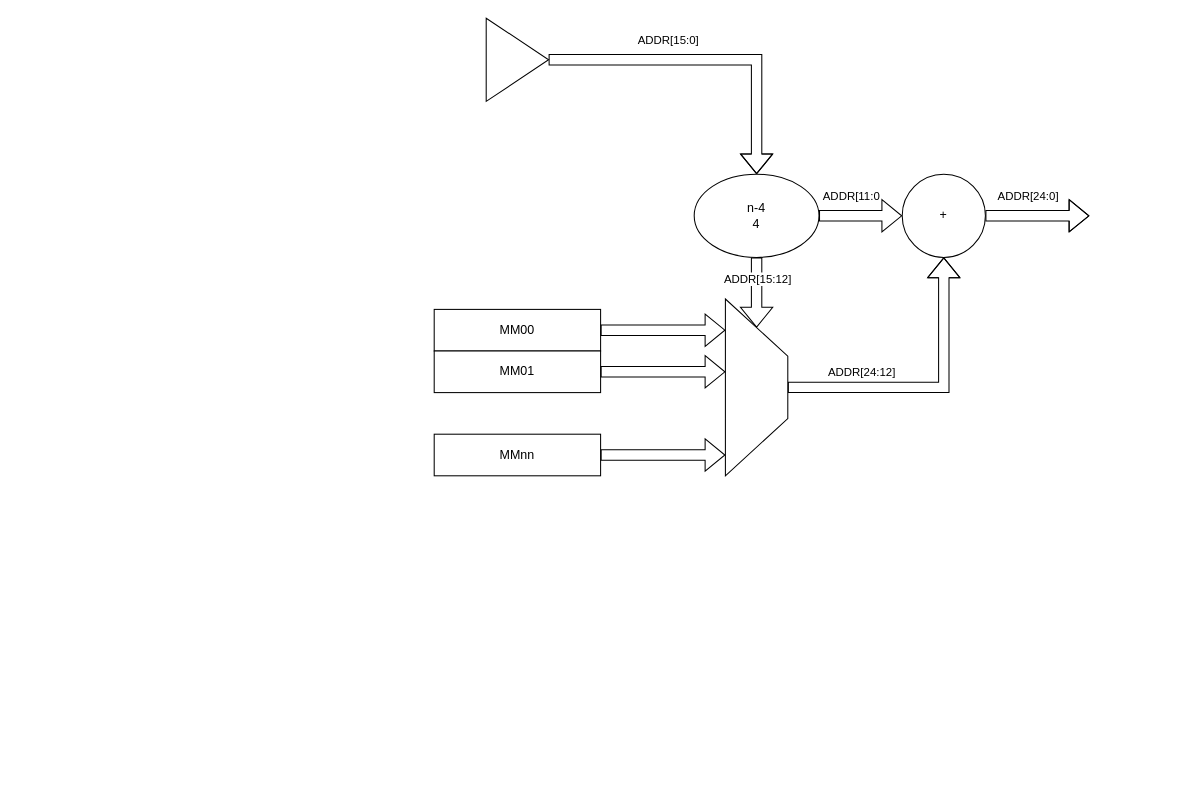
Above: doc/memory_mapper.drawio in bman12three4/super6502 (draw.io), before the change. Source tidied: cells renumbered, new cells numbered last; positions are measured from the earlier drawing's top-left corner, leaving out a move shared by most shapes. Both pictures are drawn from the tidied source at 104%, with x=0, y=0 at pixel (434, 18).
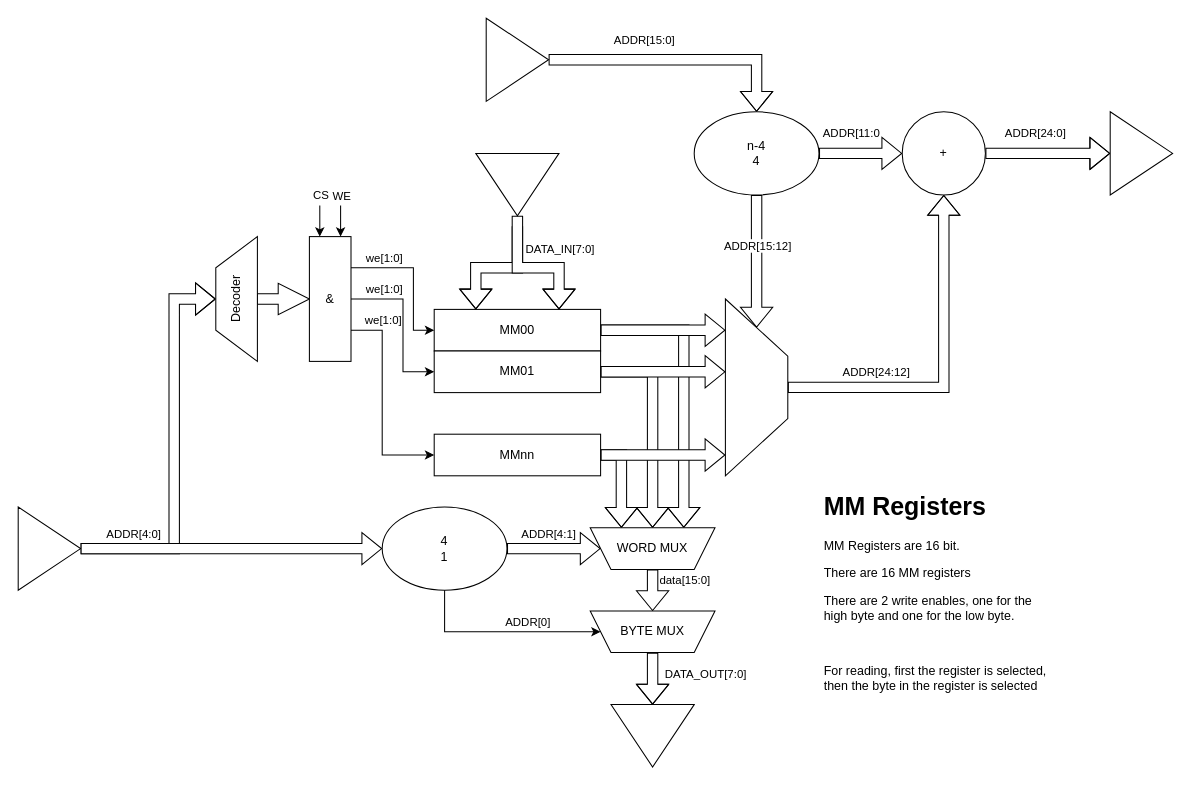
The same page after the edit.

Commit message:
Finish block diagram

The change refers to these unchanged cells:
```xml
<mxCell id="2" value="MM00" style="rounded=0;whiteSpace=wrap;html=1;" parent="1" vertex="1">
  <mxGeometry y="280" width="160" height="40" as="geometry" />
</mxCell>
<mxCell id="3" value="MM01" style="rounded=0;whiteSpace=wrap;html=1;" parent="1" vertex="1">
  <mxGeometry y="320" width="160" height="40" as="geometry" />
</mxCell>
<mxCell id="4" value="MMnn" style="rounded=0;whiteSpace=wrap;html=1;" parent="1" vertex="1">
  <mxGeometry y="400" width="160" height="40" as="geometry" />
</mxCell>
```

Diff of the diagram source:
```diff
@@
+    <mxCell id="22" style="edgeStyle=orthogonalEdgeStyle;rounded=0;jettySize=auto;html=1;exitX=1;exitY=0.5;exitDx=0;exitDy=0;entryX=0.25;entryY=1;entryDx=0;entryDy=0;shape=flexArrow;fillColor=none;" parent="1" edge="1" source="2" target="42">
+      <mxGeometry relative="1" as="geometry" />
+    </mxCell>
@@
+    <mxCell id="23" style="edgeStyle=orthogonalEdgeStyle;rounded=0;jettySize=auto;html=1;entryX=0.5;entryY=1;entryDx=0;entryDy=0;shape=flexArrow;" parent="1" edge="1" source="3" target="42">
+      <mxGeometry relative="1" as="geometry">
+        <Array as="points">
+          <mxPoint x="210" y="340" />
+        </Array>
+      </mxGeometry>
+    </mxCell>
@@
+    <mxCell id="24" style="edgeStyle=orthogonalEdgeStyle;rounded=0;jettySize=auto;html=1;entryX=0.75;entryY=1;entryDx=0;entryDy=0;shape=flexArrow;" parent="1" edge="1" source="4" target="42">
+      <mxGeometry relative="1" as="geometry">
+        <Array as="points">
+          <mxPoint x="180" y="420" />
+        </Array>
+      </mxGeometry>
+    </mxCell>
@@
+    <mxCell id="25" style="edgeStyle=orthogonalEdgeStyle;rounded=0;jettySize=auto;html=1;entryX=0.5;entryY=0;entryDx=0;entryDy=0;shape=flexArrow;exitX=1;exitY=0.5;exitDx=0;exitDy=0;" parent="1" edge="1" source="48" target="28">
+      <mxGeometry relative="1" as="geometry">
+        <Array as="points">
+          <mxPoint x="-250" y="510" />
+          <mxPoint x="-250" y="270" />
+        </Array>
+      </mxGeometry>
+    </mxCell>
     <mxCell id="12" value="n-4&lt;br&gt;4" style="ellipse;whiteSpace=wrap;html=1;" parent="1" vertex="1">
-      <mxGeometry x="250" y="150" width="120" height="80" as="geometry" />
+      <mxGeometry x="250" y="90" width="120" height="80" as="geometry" />
     </mxCell>
-    <mxCell id="13" style="shape=flexArrow;endArrow=classic;html=1;rounded=0;exitX=1;exitY=0.5;exitDx=0;exitDy=0;" parent="1" edge="1" source="2">
+    <mxCell id="13" style="shape=flexArrow;endArrow=classic;html=1;rounded=0;exitX=1;exitY=0.5;exitDx=0;exitDy=0;fillColor=default;" parent="1" edge="1" source="2">
       <mxGeometry relative="1" as="geometry">
         <mxPoint x="280" y="300" as="targetPoint" />
       </mxGeometry>
     </mxCell>
-    <mxCell id="14" style="shape=flexArrow;endArrow=classic;html=1;rounded=0;exitX=1;exitY=0.5;exitDx=0;exitDy=0;" parent="1" edge="1" source="3">
+    <mxCell id="14" style="shape=flexArrow;endArrow=classic;html=1;rounded=0;exitX=1;exitY=0.5;exitDx=0;exitDy=0;fillColor=default;" parent="1" edge="1" source="3">
       <mxGeometry relative="1" as="geometry">
         <mxPoint x="280" y="340" as="targetPoint" />
       </mxGeometry>
     </mxCell>
-    <mxCell id="15" style="shape=flexArrow;endArrow=classic;html=1;rounded=0;exitX=1;exitY=0.5;exitDx=0;exitDy=0;" parent="1" edge="1" source="4">
+    <mxCell id="15" style="shape=flexArrow;endArrow=classic;html=1;rounded=0;exitX=1;exitY=0.5;exitDx=0;exitDy=0;fillColor=default;" parent="1" edge="1" source="4">
       <mxGeometry relative="1" as="geometry">
         <mxPoint x="280" y="420" as="targetPoint" />
       </mxGeometry>
     </mxCell>
@@
     <mxCell id="19" style="edgeStyle=orthogonalEdgeStyle;rounded=0;jettySize=auto;html=1;shape=flexArrow;" parent="1" edge="1" source="21">
       <mxGeometry relative="1" as="geometry">
-        <mxPoint x="630" y="190" as="targetPoint" />
+        <mxPoint x="650" y="130" as="targetPoint" />
       </mxGeometry>
     </mxCell>
@@
     <mxCell id="21" value="+" style="ellipse;whiteSpace=wrap;html=1;" parent="1" vertex="1">
-      <mxGeometry x="450" y="150" width="80" height="80" as="geometry" />
+      <mxGeometry x="450" y="90" width="80" height="80" as="geometry" />
     </mxCell>
+    <mxCell id="26" style="shape=flexArrow;endArrow=classic;html=1;rounded=0;entryX=0.25;entryY=0;entryDx=0;entryDy=0;" parent="1" edge="1" target="2">
+      <mxGeometry relative="1" as="geometry">
+        <mxPoint x="80" y="200" as="sourcePoint" />
+        <Array as="points">
+          <mxPoint x="80" y="240" />
+          <mxPoint x="40" y="240" />
+        </Array>
+      </mxGeometry>
+    </mxCell>
+    <mxCell id="27" style="edgeStyle=orthogonalEdgeStyle;rounded=0;jettySize=auto;html=1;entryX=0;entryY=0.5;entryDx=0;entryDy=0;shape=arrow;" parent="1" edge="1" source="28" target="35">
+      <mxGeometry relative="1" as="geometry" />
+    </mxCell>
+    <mxCell id="28" value="Decoder" style="shape=trapezoid;perimeter=trapezoidPerimeter;whiteSpace=wrap;html=1;fixedSize=1;rotation=-90;size=30;" parent="1" vertex="1">
+      <mxGeometry x="-250" y="250" width="120" height="40" as="geometry" />
+    </mxCell>
+    <mxCell id="29" style="edgeStyle=orthogonalEdgeStyle;rounded=0;jettySize=auto;html=1;exitX=1;exitY=0.25;exitDx=0;exitDy=0;entryX=0;entryY=0.5;entryDx=0;entryDy=0;" parent="1" edge="1" source="35" target="2">
+      <mxGeometry relative="1" as="geometry">
+        <Array as="points">
+          <mxPoint x="-20" y="240" />
+          <mxPoint x="-20" y="300" />
+        </Array>
+      </mxGeometry>
+    </mxCell>
+    <mxCell id="30" value="we[1:0]" style="edgeLabel;html=1;align=center;verticalAlign=middle;" parent="29" vertex="1">
+      <mxGeometry x="-0.32" relative="1" as="geometry">
+        <mxPoint x="-17" y="-10" as="offset" />
+      </mxGeometry>
+    </mxCell>
+    <mxCell id="31" style="edgeStyle=orthogonalEdgeStyle;rounded=0;jettySize=auto;html=1;exitX=1;exitY=0.5;exitDx=0;exitDy=0;entryX=0;entryY=0.5;entryDx=0;entryDy=0;" parent="1" edge="1" source="35" target="3">
+      <mxGeometry relative="1" as="geometry">
+        <Array as="points">
+          <mxPoint x="-30" y="270" />
+          <mxPoint x="-30" y="340" />
+        </Array>
+      </mxGeometry>
+    </mxCell>
+    <mxCell id="32" value="we[1:0]" style="edgeLabel;html=1;align=center;verticalAlign=middle;" parent="31" vertex="1">
+      <mxGeometry x="-0.7" relative="1" as="geometry">
+        <mxPoint x="8" y="-10" as="offset" />
+      </mxGeometry>
+    </mxCell>
+    <mxCell id="33" style="edgeStyle=orthogonalEdgeStyle;rounded=0;jettySize=auto;html=1;exitX=1;exitY=0.75;exitDx=0;exitDy=0;entryX=0;entryY=0.5;entryDx=0;entryDy=0;" parent="1" edge="1" source="35" target="4">
+      <mxGeometry relative="1" as="geometry">
+        <Array as="points">
+          <mxPoint x="-50" y="300" />
+          <mxPoint x="-50" y="420" />
+        </Array>
+      </mxGeometry>
+    </mxCell>
+    <mxCell id="34" value="we[1:0]" style="edgeLabel;html=1;align=center;verticalAlign=middle;" parent="33" vertex="1">
+      <mxGeometry x="-0.79" y="1" relative="1" as="geometry">
+        <mxPoint x="9" y="-9" as="offset" />
+      </mxGeometry>
+    </mxCell>
+    <mxCell id="35" value="&amp;amp;" style="rounded=0;whiteSpace=wrap;html=1;" parent="1" vertex="1">
+      <mxGeometry x="-120" y="210" width="40" height="120" as="geometry" />
+    </mxCell>
+    <mxCell id="36" style="endArrow=classic;html=1;rounded=0;entryX=0.25;entryY=0;entryDx=0;entryDy=0;" parent="1" edge="1" target="35">
+      <mxGeometry relative="1" as="geometry">
+        <mxPoint x="-110" y="180" as="sourcePoint" />
+      </mxGeometry>
+    </mxCell>
+    <mxCell id="37" value="CS" style="edgeLabel;html=1;align=center;verticalAlign=middle;" parent="36" vertex="1">
+      <mxGeometry x="-0.77" relative="1" as="geometry">
+        <mxPoint y="-14" as="offset" />
+      </mxGeometry>
+    </mxCell>
+    <mxCell id="38" style="endArrow=classic;html=1;rounded=0;entryX=0.75;entryY=0;entryDx=0;entryDy=0;" parent="1" edge="1" target="35">
+      <mxGeometry relative="1" as="geometry">
+        <mxPoint x="-90" y="180" as="sourcePoint" />
+      </mxGeometry>
+    </mxCell>
+    <mxCell id="39" value="WE" style="edgeLabel;html=1;align=center;verticalAlign=middle;" parent="38" vertex="1">
+      <mxGeometry x="-0.71" relative="1" as="geometry">
+        <mxPoint y="-14" as="offset" />
+      </mxGeometry>
+    </mxCell>
+    <mxCell id="40" style="edgeStyle=orthogonalEdgeStyle;rounded=0;jettySize=auto;html=1;shape=flexArrow;" parent="1" edge="1" source="42" target="45">
+      <mxGeometry relative="1" as="geometry" />
+    </mxCell>
+    <mxCell id="41" value="data[15:0]" style="edgeLabel;html=1;align=center;verticalAlign=middle;labelBackgroundColor=none;" parent="40" vertex="1">
+      <mxGeometry x="-0.26" y="-1" relative="1" as="geometry">
+        <mxPoint x="31" y="-5" as="offset" />
+      </mxGeometry>
+    </mxCell>
+    <mxCell id="42" style="shape=trapezoid;perimeter=trapezoidPerimeter;fixedSize=1;size=20;rotation=-180;html=1;whiteSpace=wrap;horizontal=1;" parent="1" vertex="1">
+      <mxGeometry x="150" y="490" width="120" height="40" as="geometry" />
+    </mxCell>
+    <mxCell id="43" style="edgeStyle=orthogonalEdgeStyle;rounded=0;jettySize=auto;html=1;exitX=0.5;exitY=0;exitDx=0;exitDy=0;shape=flexArrow;" parent="1" edge="1" source="45">
+      <mxGeometry relative="1" as="geometry">
+        <mxPoint x="210" y="660" as="targetPoint" />
+      </mxGeometry>
+    </mxCell>
+    <mxCell id="44" value="DATA_OUT[7:0]" style="edgeLabel;html=1;align=center;verticalAlign=middle;" parent="43" vertex="1">
+      <mxGeometry x="0.33" y="-2" relative="1" as="geometry">
+        <mxPoint x="52" y="-13" as="offset" />
+      </mxGeometry>
+    </mxCell>
+    <mxCell id="45" style="shape=trapezoid;perimeter=trapezoidPerimeter;whiteSpace=wrap;html=1;fixedSize=1;size=20;rotation=-180;" parent="1" vertex="1">
+      <mxGeometry x="150" y="570" width="120" height="40" as="geometry" />
+    </mxCell>
+    <mxCell id="46" style="edgeStyle=orthogonalEdgeStyle;rounded=0;jettySize=auto;html=1;entryX=1;entryY=0.5;entryDx=0;entryDy=0;exitX=1;exitY=0.5;exitDx=0;exitDy=0;" parent="1" edge="1" source="55" target="45">
+      <mxGeometry relative="1" as="geometry">
+        <Array as="points">
+          <mxPoint x="10" y="510" />
+          <mxPoint x="10" y="590" />
+        </Array>
+      </mxGeometry>
+    </mxCell>
+    <mxCell id="47" value="ADDR[0]" style="edgeLabel;html=1;align=center;verticalAlign=middle;" parent="46" vertex="1">
+      <mxGeometry x="0.49" relative="1" as="geometry">
+        <mxPoint x="3" y="-10" as="offset" />
+      </mxGeometry>
+    </mxCell>
+    <mxCell id="48" style="triangle;whiteSpace=wrap;html=1;" parent="1" vertex="1">
+      <mxGeometry x="-400" y="470" width="60" height="80" as="geometry" />
+    </mxCell>
+    <mxCell id="49" style="edgeStyle=orthogonalEdgeStyle;rounded=0;jettySize=auto;html=1;shape=flexArrow;fillColor=default;entryX=0;entryY=0.5;entryDx=0;entryDy=0;" parent="1" edge="1" source="48" target="55">
+      <mxGeometry relative="1" as="geometry" />
+    </mxCell>
+    <mxCell id="50" value="ADDR[4:0]" style="edgeLabel;html=1;align=center;verticalAlign=middle;labelBackgroundColor=none;" parent="49" vertex="1">
+      <mxGeometry x="0.14" relative="1" as="geometry">
+        <mxPoint x="-115" y="-15" as="offset" />
+      </mxGeometry>
+    </mxCell>
+    <mxCell id="51" value="WORD MUX" style="text;html=1;strokeColor=none;fillColor=none;align=center;verticalAlign=middle;whiteSpace=wrap;rounded=0;" parent="1" vertex="1">
+      <mxGeometry x="170" y="495" width="80" height="30" as="geometry" />
+    </mxCell>
+    <mxCell id="52" value="BYTE MUX" style="text;html=1;strokeColor=none;fillColor=none;align=center;verticalAlign=middle;whiteSpace=wrap;rounded=0;" parent="1" vertex="1">
+      <mxGeometry x="170" y="575" width="80" height="30" as="geometry" />
+    </mxCell>
+    <mxCell id="53" style="shape=flexArrow;endArrow=classic;html=1;rounded=0;entryX=0.75;entryY=0;entryDx=0;entryDy=0;fillColor=default;" parent="1" edge="1" target="2">
+      <mxGeometry relative="1" as="geometry">
+        <mxPoint x="80" y="190" as="sourcePoint" />
+        <Array as="points">
+          <mxPoint x="80" y="240" />
+          <mxPoint x="120" y="240" />
+        </Array>
+      </mxGeometry>
+    </mxCell>
+    <mxCell id="54" value="DATA_IN[7:0]" style="edgeLabel;html=1;align=center;verticalAlign=middle;" parent="53" vertex="1">
+      <mxGeometry x="-0.5" y="-1" relative="1" as="geometry">
+        <mxPoint x="41" y="-2" as="offset" />
+      </mxGeometry>
+    </mxCell>
+    <mxCell id="55" value="4&lt;br&gt;1" style="ellipse;whiteSpace=wrap;html=1;" parent="1" vertex="1">
+      <mxGeometry x="-50" y="470" width="120" height="80" as="geometry" />
+    </mxCell>
+    <mxCell id="56" style="edgeStyle=orthogonalEdgeStyle;rounded=0;jettySize=auto;html=1;entryX=1;entryY=0.5;entryDx=0;entryDy=0;shape=flexArrow;fillColor=default;" parent="1" edge="1" source="55" target="42">
+      <mxGeometry relative="1" as="geometry" />
+    </mxCell>
+    <mxCell id="57" value="ADDR[4:1]" style="edgeLabel;html=1;align=center;verticalAlign=middle;" parent="56" vertex="1">
+      <mxGeometry x="0.12" relative="1" as="geometry">
+        <mxPoint x="-11" y="-15" as="offset" />
+      </mxGeometry>
+    </mxCell>
+    <mxCell id="58" value="&lt;h1&gt;MM Registers&lt;/h1&gt;&lt;p&gt;MM Registers are 16 bit.&lt;/p&gt;&lt;p&gt;There are 16 MM registers&lt;/p&gt;&lt;p&gt;There are 2 write enables, one for the high byte and one for the low byte.&lt;/p&gt;&lt;p&gt;&lt;br&gt;&lt;/p&gt;&lt;p&gt;For reading, first the register is selected, then the byte in the register is selected&lt;/p&gt;" style="text;html=1;strokeColor=none;fillColor=none;spacing=5;spacingTop=-20;whiteSpace=wrap;overflow=hidden;rounded=0;" parent="1" vertex="1">
+      <mxGeometry x="370" y="450" width="230" height="210" as="geometry" />
+    </mxCell>
+    <mxCell id="59" style="triangle;whiteSpace=wrap;html=1;rotation=90;" parent="1" vertex="1">
+      <mxGeometry x="50" y="120" width="60" height="80" as="geometry" />
+    </mxCell>
+    <mxCell id="60" style="triangle;whiteSpace=wrap;html=1;rotation=90;" parent="1" vertex="1">
+      <mxGeometry x="180" y="650" width="60" height="80" as="geometry" />
+    </mxCell>
+    <mxCell id="61" style="triangle;whiteSpace=wrap;html=1;" parent="1" vertex="1">
+      <mxGeometry x="650" y="90" width="60" height="80" as="geometry" />
+    </mxCell>
```
